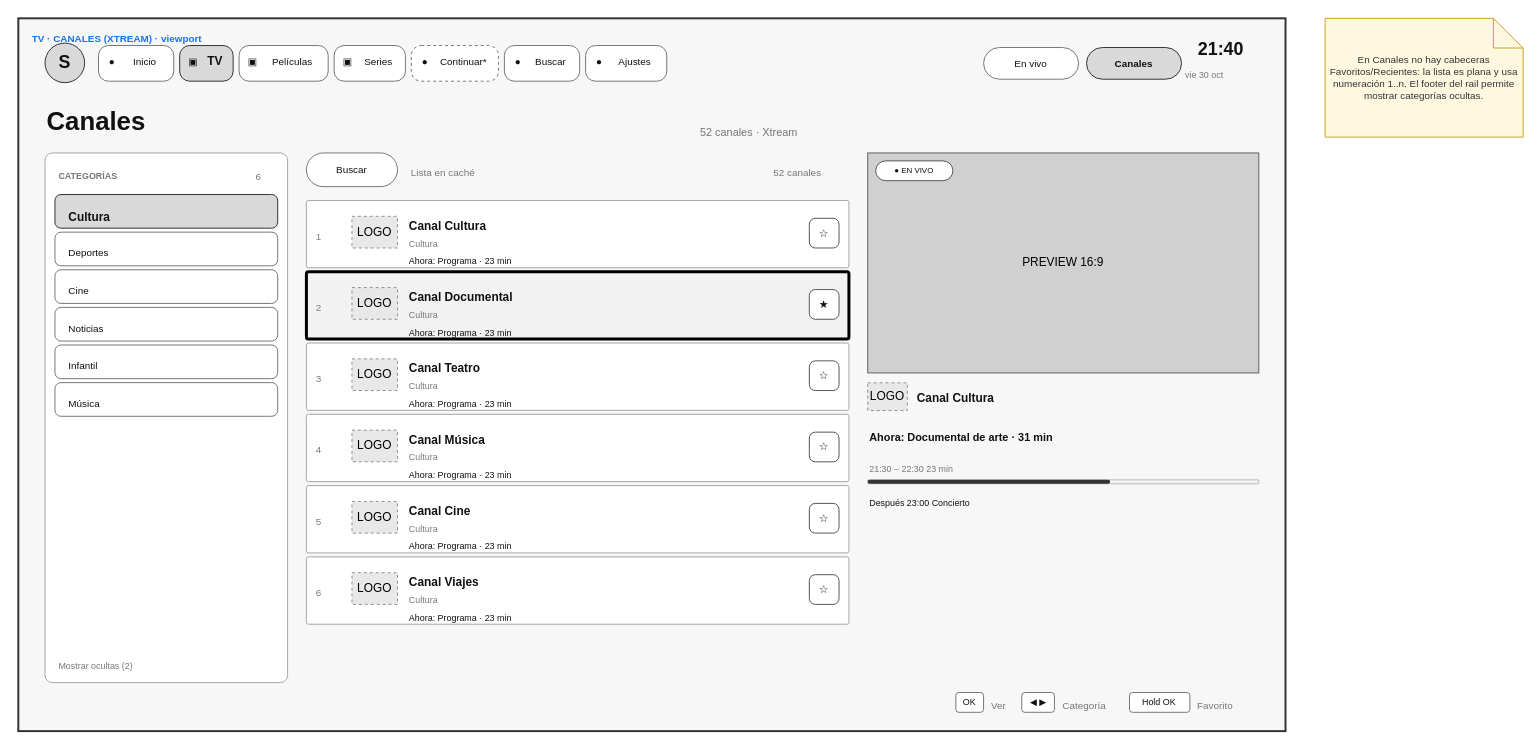
Before: page "03 · TV · Canales Xtream" (4 of 5) of design/layouts/TV.drawio in andres3336/streaming, a draw.io diagram. Source tidied: cells renumbered, new cells numbered last; positions are measured from the earlier drawing's top-left corner, leaving out a move shared by most shapes. Both pictures are drawn from the tidied source at 99%, with x=0, y=0 at pixel (18, 18).
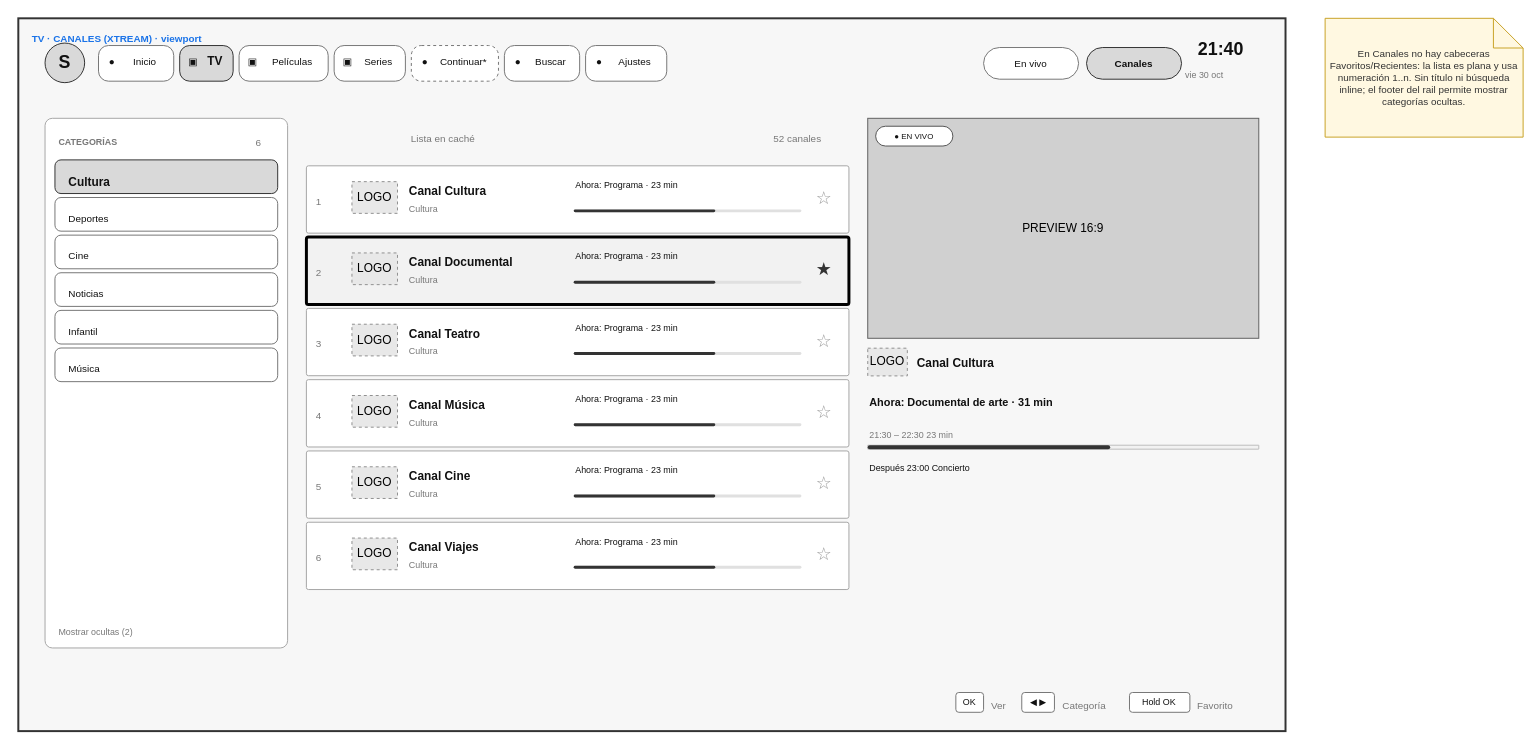
Above is the later version.

Unchanged cells that the change refers to:
```xml
<mxCell id="4" style="group;" parent="2" vertex="1">
  <mxGeometry width="1280" height="720" as="geometry" />
</mxCell>
<mxCell id="69" style="group;" parent="45" vertex="1">
  <mxGeometry x="264" width="548" height="535" as="geometry" />
</mxCell>
<mxCell id="73" style="group;" parent="69" vertex="1">
  <mxGeometry y="48" width="548" height="68" as="geometry" />
</mxCell>
<mxCell id="81" style="group;" parent="69" vertex="1">
  <mxGeometry y="120" width="548" height="68" as="geometry" />
</mxCell>
<mxCell id="89" style="group;" parent="69" vertex="1">
  <mxGeometry y="192" width="548" height="68" as="geometry" />
</mxCell>
<mxCell id="97" style="group;" parent="69" vertex="1">
  <mxGeometry y="264" width="548" height="68" as="geometry" />
</mxCell>
<mxCell id="105" style="group;" parent="69" vertex="1">
  <mxGeometry y="336" width="548" height="68" as="geometry" />
</mxCell>
<mxCell id="113" style="group;" parent="69" vertex="1">
  <mxGeometry y="408" width="548" height="68" as="geometry" />
</mxCell>
```

Change to the diagram source:
```diff
@@
-    <mxCell id="3" parent="0" />
@@
-    <mxCell id="6" value="TV · CANALES (XTREAM) · viewport" style="text;html=1;whiteSpace=wrap;align=left;verticalAlign=top;fontSize=10;fontStyle=1;fontColor=#1A73E8;fontFamily=Helvetica;" parent="3" vertex="1">
-      <mxGeometry x="12" y="8" width="1256" height="18" as="geometry" />
-    </mxCell>
@@
-    <mxCell id="42" style="group;" parent="4" vertex="1">
-      <mxGeometry x="27" y="88" width="1226" height="34" as="geometry" />
-    </mxCell>
-    <mxCell id="43" value="Canales" style="text;html=1;whiteSpace=wrap;align=left;verticalAlign=bottom;fontSize=26;fontColor=#111111;fontStyle=1;fontFamily=Helvetica;" parent="42" vertex="1">
-      <mxGeometry y="-4" width="650" height="38" as="geometry" />
-    </mxCell>
-    <mxCell id="44" value="52 canales · Xtream" style="text;html=1;whiteSpace=wrap;align=left;verticalAlign=top;fontSize=11;fontColor=#777777;fontFamily=Helvetica;" parent="42" vertex="1">
-      <mxGeometry x="660" y="14" width="500" height="18" as="geometry" />
-    </mxCell>
     <mxCell id="45" style="group;" parent="4" vertex="1">
-      <mxGeometry x="27" y="136" width="1226" height="535" as="geometry" />
+      <mxGeometry x="27" y="101" width="1226" height="535" as="geometry" />
     </mxCell>
@@
-    <mxCell id="70" value="Buscar" style="rounded=1;arcSize=50;whiteSpace=wrap;html=1;fillColor=#FFFFFF;strokeColor=#777777;strokeWidth=1;fontSize=10;fontColor=#111111;fontFamily=Helvetica;" parent="69" vertex="1">
-      <mxGeometry width="92" height="34" as="geometry" />
-    </mxCell>
@@
     <mxCell id="77" value="Canal Cultura" style="text;html=1;whiteSpace=wrap;align=left;verticalAlign=top;fontSize=12;fontColor=#111111;fontStyle=1;fontFamily=Helvetica;" parent="73" vertex="1">
-      <mxGeometry x="102" y="12" width="398" height="20" as="geometry" />
+      <mxGeometry x="102" y="12" width="158" height="20" as="geometry" />
     </mxCell>
     <mxCell id="78" value="Cultura" style="text;html=1;whiteSpace=wrap;align=left;verticalAlign=top;fontSize=9;fontColor=#777777;fontFamily=Helvetica;" parent="73" vertex="1">
-      <mxGeometry x="102" y="32" width="398" height="16" as="geometry" />
+      <mxGeometry x="102" y="32" width="158" height="16" as="geometry" />
     </mxCell>
     <mxCell id="79" value="Ahora: Programa · 23 min" style="text;html=1;whiteSpace=wrap;align=left;verticalAlign=top;fontSize=9;fontColor=#111111;fontFamily=Helvetica;" parent="73" vertex="1">
-      <mxGeometry x="102" y="50" width="398" height="16" as="geometry" />
+      <mxGeometry x="270" y="8" width="230" height="50" as="geometry" />
     </mxCell>
-    <mxCell id="80" value="☆" style="rounded=1;arcSize=20;whiteSpace=wrap;html=1;fillColor=#FFFFFF;strokeColor=#555555;strokeWidth=1;fontSize=11;fontColor=#111111;fontFamily=Helvetica;" parent="73" vertex="1">
+    <mxCell id="80" value="☆" style="text;html=1;whiteSpace=wrap;align=center;verticalAlign=middle;fontSize=18;fontColor=#999999;fontFamily=Helvetica;" parent="73" vertex="1">
       <mxGeometry x="508" y="18" width="30" height="30" as="geometry" />
     </mxCell>
@@
     <mxCell id="85" value="Canal Documental" style="text;html=1;whiteSpace=wrap;align=left;verticalAlign=top;fontSize=12;fontColor=#111111;fontStyle=1;fontFamily=Helvetica;" parent="81" vertex="1">
-      <mxGeometry x="102" y="12" width="398" height="20" as="geometry" />
+      <mxGeometry x="102" y="12" width="158" height="20" as="geometry" />
     </mxCell>
     <mxCell id="86" value="Cultura" style="text;html=1;whiteSpace=wrap;align=left;verticalAlign=top;fontSize=9;fontColor=#777777;fontFamily=Helvetica;" parent="81" vertex="1">
-      <mxGeometry x="102" y="32" width="398" height="16" as="geometry" />
+      <mxGeometry x="102" y="32" width="158" height="16" as="geometry" />
     </mxCell>
     <mxCell id="87" value="Ahora: Programa · 23 min" style="text;html=1;whiteSpace=wrap;align=left;verticalAlign=top;fontSize=9;fontColor=#111111;fontFamily=Helvetica;" parent="81" vertex="1">
-      <mxGeometry x="102" y="50" width="398" height="16" as="geometry" />
+      <mxGeometry x="270" y="8" width="230" height="50" as="geometry" />
     </mxCell>
-    <mxCell id="88" value="★" style="rounded=1;arcSize=20;whiteSpace=wrap;html=1;fillColor=#FFFFFF;strokeColor=#555555;strokeWidth=1;fontSize=11;fontColor=#111111;fontFamily=Helvetica;" parent="81" vertex="1">
+    <mxCell id="88" value="★" style="text;html=1;whiteSpace=wrap;align=center;verticalAlign=middle;fontSize=18;fontColor=#333333;fontFamily=Helvetica;" parent="81" vertex="1">
       <mxGeometry x="508" y="18" width="30" height="30" as="geometry" />
     </mxCell>
@@
     <mxCell id="93" value="Canal Teatro" style="text;html=1;whiteSpace=wrap;align=left;verticalAlign=top;fontSize=12;fontColor=#111111;fontStyle=1;fontFamily=Helvetica;" parent="89" vertex="1">
-      <mxGeometry x="102" y="12" width="398" height="20" as="geometry" />
+      <mxGeometry x="102" y="12" width="158" height="20" as="geometry" />
     </mxCell>
     <mxCell id="94" value="Cultura" style="text;html=1;whiteSpace=wrap;align=left;verticalAlign=top;fontSize=9;fontColor=#777777;fontFamily=Helvetica;" parent="89" vertex="1">
-      <mxGeometry x="102" y="32" width="398" height="16" as="geometry" />
+      <mxGeometry x="102" y="32" width="158" height="16" as="geometry" />
     </mxCell>
     <mxCell id="95" value="Ahora: Programa · 23 min" style="text;html=1;whiteSpace=wrap;align=left;verticalAlign=top;fontSize=9;fontColor=#111111;fontFamily=Helvetica;" parent="89" vertex="1">
-      <mxGeometry x="102" y="50" width="398" height="16" as="geometry" />
+      <mxGeometry x="270" y="8" width="230" height="50" as="geometry" />
     </mxCell>
-    <mxCell id="96" value="☆" style="rounded=1;arcSize=20;whiteSpace=wrap;html=1;fillColor=#FFFFFF;strokeColor=#555555;strokeWidth=1;fontSize=11;fontColor=#111111;fontFamily=Helvetica;" parent="89" vertex="1">
+    <mxCell id="96" value="☆" style="text;html=1;whiteSpace=wrap;align=center;verticalAlign=middle;fontSize=18;fontColor=#999999;fontFamily=Helvetica;" parent="89" vertex="1">
       <mxGeometry x="508" y="18" width="30" height="30" as="geometry" />
     </mxCell>
@@
     <mxCell id="101" value="Canal Música" style="text;html=1;whiteSpace=wrap;align=left;verticalAlign=top;fontSize=12;fontColor=#111111;fontStyle=1;fontFamily=Helvetica;" parent="97" vertex="1">
-      <mxGeometry x="102" y="12" width="398" height="20" as="geometry" />
+      <mxGeometry x="102" y="12" width="158" height="20" as="geometry" />
     </mxCell>
     <mxCell id="102" value="Cultura" style="text;html=1;whiteSpace=wrap;align=left;verticalAlign=top;fontSize=9;fontColor=#777777;fontFamily=Helvetica;" parent="97" vertex="1">
-      <mxGeometry x="102" y="32" width="398" height="16" as="geometry" />
+      <mxGeometry x="102" y="32" width="158" height="16" as="geometry" />
     </mxCell>
     <mxCell id="103" value="Ahora: Programa · 23 min" style="text;html=1;whiteSpace=wrap;align=left;verticalAlign=top;fontSize=9;fontColor=#111111;fontFamily=Helvetica;" parent="97" vertex="1">
-      <mxGeometry x="102" y="50" width="398" height="16" as="geometry" />
+      <mxGeometry x="270" y="8" width="230" height="50" as="geometry" />
     </mxCell>
-    <mxCell id="104" value="☆" style="rounded=1;arcSize=20;whiteSpace=wrap;html=1;fillColor=#FFFFFF;strokeColor=#555555;strokeWidth=1;fontSize=11;fontColor=#111111;fontFamily=Helvetica;" parent="97" vertex="1">
+    <mxCell id="104" value="☆" style="text;html=1;whiteSpace=wrap;align=center;verticalAlign=middle;fontSize=18;fontColor=#999999;fontFamily=Helvetica;" parent="97" vertex="1">
       <mxGeometry x="508" y="18" width="30" height="30" as="geometry" />
     </mxCell>
@@
     <mxCell id="109" value="Canal Cine" style="text;html=1;whiteSpace=wrap;align=left;verticalAlign=top;fontSize=12;fontColor=#111111;fontStyle=1;fontFamily=Helvetica;" parent="105" vertex="1">
-      <mxGeometry x="102" y="12" width="398" height="20" as="geometry" />
+      <mxGeometry x="102" y="12" width="158" height="20" as="geometry" />
     </mxCell>
     <mxCell id="110" value="Cultura" style="text;html=1;whiteSpace=wrap;align=left;verticalAlign=top;fontSize=9;fontColor=#777777;fontFamily=Helvetica;" parent="105" vertex="1">
-      <mxGeometry x="102" y="32" width="398" height="16" as="geometry" />
+      <mxGeometry x="102" y="32" width="158" height="16" as="geometry" />
     </mxCell>
     <mxCell id="111" value="Ahora: Programa · 23 min" style="text;html=1;whiteSpace=wrap;align=left;verticalAlign=top;fontSize=9;fontColor=#111111;fontFamily=Helvetica;" parent="105" vertex="1">
-      <mxGeometry x="102" y="50" width="398" height="16" as="geometry" />
+      <mxGeometry x="270" y="8" width="230" height="50" as="geometry" />
     </mxCell>
-    <mxCell id="112" value="☆" style="rounded=1;arcSize=20;whiteSpace=wrap;html=1;fillColor=#FFFFFF;strokeColor=#555555;strokeWidth=1;fontSize=11;fontColor=#111111;fontFamily=Helvetica;" parent="105" vertex="1">
+    <mxCell id="112" value="☆" style="text;html=1;whiteSpace=wrap;align=center;verticalAlign=middle;fontSize=18;fontColor=#999999;fontFamily=Helvetica;" parent="105" vertex="1">
       <mxGeometry x="508" y="18" width="30" height="30" as="geometry" />
     </mxCell>
@@
     <mxCell id="117" value="Canal Viajes" style="text;html=1;whiteSpace=wrap;align=left;verticalAlign=top;fontSize=12;fontColor=#111111;fontStyle=1;fontFamily=Helvetica;" parent="113" vertex="1">
-      <mxGeometry x="102" y="12" width="398" height="20" as="geometry" />
+      <mxGeometry x="102" y="12" width="158" height="20" as="geometry" />
     </mxCell>
     <mxCell id="118" value="Cultura" style="text;html=1;whiteSpace=wrap;align=left;verticalAlign=top;fontSize=9;fontColor=#777777;fontFamily=Helvetica;" parent="113" vertex="1">
-      <mxGeometry x="102" y="32" width="398" height="16" as="geometry" />
+      <mxGeometry x="102" y="32" width="158" height="16" as="geometry" />
     </mxCell>
     <mxCell id="119" value="Ahora: Programa · 23 min" style="text;html=1;whiteSpace=wrap;align=left;verticalAlign=top;fontSize=9;fontColor=#111111;fontFamily=Helvetica;" parent="113" vertex="1">
-      <mxGeometry x="102" y="50" width="398" height="16" as="geometry" />
+      <mxGeometry x="270" y="8" width="230" height="50" as="geometry" />
     </mxCell>
-    <mxCell id="120" value="☆" style="rounded=1;arcSize=20;whiteSpace=wrap;html=1;fillColor=#FFFFFF;strokeColor=#555555;strokeWidth=1;fontSize=11;fontColor=#111111;fontFamily=Helvetica;" parent="113" vertex="1">
+    <mxCell id="120" value="☆" style="text;html=1;whiteSpace=wrap;align=center;verticalAlign=middle;fontSize=18;fontColor=#999999;fontFamily=Helvetica;" parent="113" vertex="1">
       <mxGeometry x="508" y="18" width="30" height="30" as="geometry" />
     </mxCell>
@@
+    <mxCell id="3" parent="0" />
+    <mxCell id="6" value="TV · CANALES (XTREAM) · viewport" style="text;html=1;whiteSpace=wrap;align=left;verticalAlign=top;fontSize=10;fontStyle=1;fontColor=#1A73E8;fontFamily=Helvetica;" parent="3" vertex="1">
+      <mxGeometry x="12" y="8" width="1256" height="18" as="geometry" />
+    </mxCell>
-    <mxCell id="138" value="En Canales no hay cabeceras Favoritos/Recientes: la lista es plana y usa numeración 1..n. El footer del rail permite mostrar categorías ocultas." style="shape=note;whiteSpace=wrap;html=1;backgroundOutline=1;fillColor=#FFF8E1;strokeColor=#C9A227;fontSize=10;fontColor=#333333;fontFamily=Helvetica;" parent="3" vertex="1">
+    <mxCell id="138" value="En Canales no hay cabeceras Favoritos/Recientes: la lista es plana y usa numeración 1..n. Sin título ni búsqueda inline; el footer del rail permite mostrar categorías ocultas." style="shape=note;whiteSpace=wrap;html=1;backgroundOutline=1;fillColor=#FFF8E1;strokeColor=#C9A227;fontSize=10;fontColor=#333333;fontFamily=Helvetica;" parent="3" vertex="1">
       <mxGeometry x="1320" width="200" height="120" as="geometry" />
     </mxCell>
+    <mxCell id="139" style="rounded=1;arcSize=50;whiteSpace=wrap;html=1;fillColor=#E0E0E0;strokeColor=none;fontFamily=Helvetica;" parent="73" vertex="1">
+      <mxGeometry x="270" y="44" width="230" height="3" as="geometry" />
+    </mxCell>
+    <mxCell id="140" style="rounded=1;arcSize=50;whiteSpace=wrap;html=1;fillColor=#333333;strokeColor=none;fontFamily=Helvetica;" parent="73" vertex="1">
+      <mxGeometry x="270" y="44" width="143" height="3" as="geometry" />
+    </mxCell>
+    <mxCell id="141" style="rounded=1;arcSize=50;whiteSpace=wrap;html=1;fillColor=#E0E0E0;strokeColor=none;fontFamily=Helvetica;" parent="81" vertex="1">
+      <mxGeometry x="270" y="44" width="230" height="3" as="geometry" />
+    </mxCell>
+    <mxCell id="142" style="rounded=1;arcSize=50;whiteSpace=wrap;html=1;fillColor=#333333;strokeColor=none;fontFamily=Helvetica;" parent="81" vertex="1">
+      <mxGeometry x="270" y="44" width="143" height="3" as="geometry" />
+    </mxCell>
+    <mxCell id="143" style="rounded=1;arcSize=50;whiteSpace=wrap;html=1;fillColor=#E0E0E0;strokeColor=none;fontFamily=Helvetica;" parent="89" vertex="1">
+      <mxGeometry x="270" y="44" width="230" height="3" as="geometry" />
+    </mxCell>
+    <mxCell id="144" style="rounded=1;arcSize=50;whiteSpace=wrap;html=1;fillColor=#333333;strokeColor=none;fontFamily=Helvetica;" parent="89" vertex="1">
+      <mxGeometry x="270" y="44" width="143" height="3" as="geometry" />
+    </mxCell>
+    <mxCell id="145" style="rounded=1;arcSize=50;whiteSpace=wrap;html=1;fillColor=#E0E0E0;strokeColor=none;fontFamily=Helvetica;" parent="97" vertex="1">
+      <mxGeometry x="270" y="44" width="230" height="3" as="geometry" />
+    </mxCell>
+    <mxCell id="146" style="rounded=1;arcSize=50;whiteSpace=wrap;html=1;fillColor=#333333;strokeColor=none;fontFamily=Helvetica;" parent="97" vertex="1">
+      <mxGeometry x="270" y="44" width="143" height="3" as="geometry" />
+    </mxCell>
+    <mxCell id="147" style="rounded=1;arcSize=50;whiteSpace=wrap;html=1;fillColor=#E0E0E0;strokeColor=none;fontFamily=Helvetica;" parent="105" vertex="1">
+      <mxGeometry x="270" y="44" width="230" height="3" as="geometry" />
+    </mxCell>
+    <mxCell id="148" style="rounded=1;arcSize=50;whiteSpace=wrap;html=1;fillColor=#333333;strokeColor=none;fontFamily=Helvetica;" parent="105" vertex="1">
+      <mxGeometry x="270" y="44" width="143" height="3" as="geometry" />
+    </mxCell>
+    <mxCell id="149" style="rounded=1;arcSize=50;whiteSpace=wrap;html=1;fillColor=#E0E0E0;strokeColor=none;fontFamily=Helvetica;" parent="113" vertex="1">
+      <mxGeometry x="270" y="44" width="230" height="3" as="geometry" />
+    </mxCell>
+    <mxCell id="150" style="rounded=1;arcSize=50;whiteSpace=wrap;html=1;fillColor=#333333;strokeColor=none;fontFamily=Helvetica;" parent="113" vertex="1">
+      <mxGeometry x="270" y="44" width="143" height="3" as="geometry" />
+    </mxCell>
```
